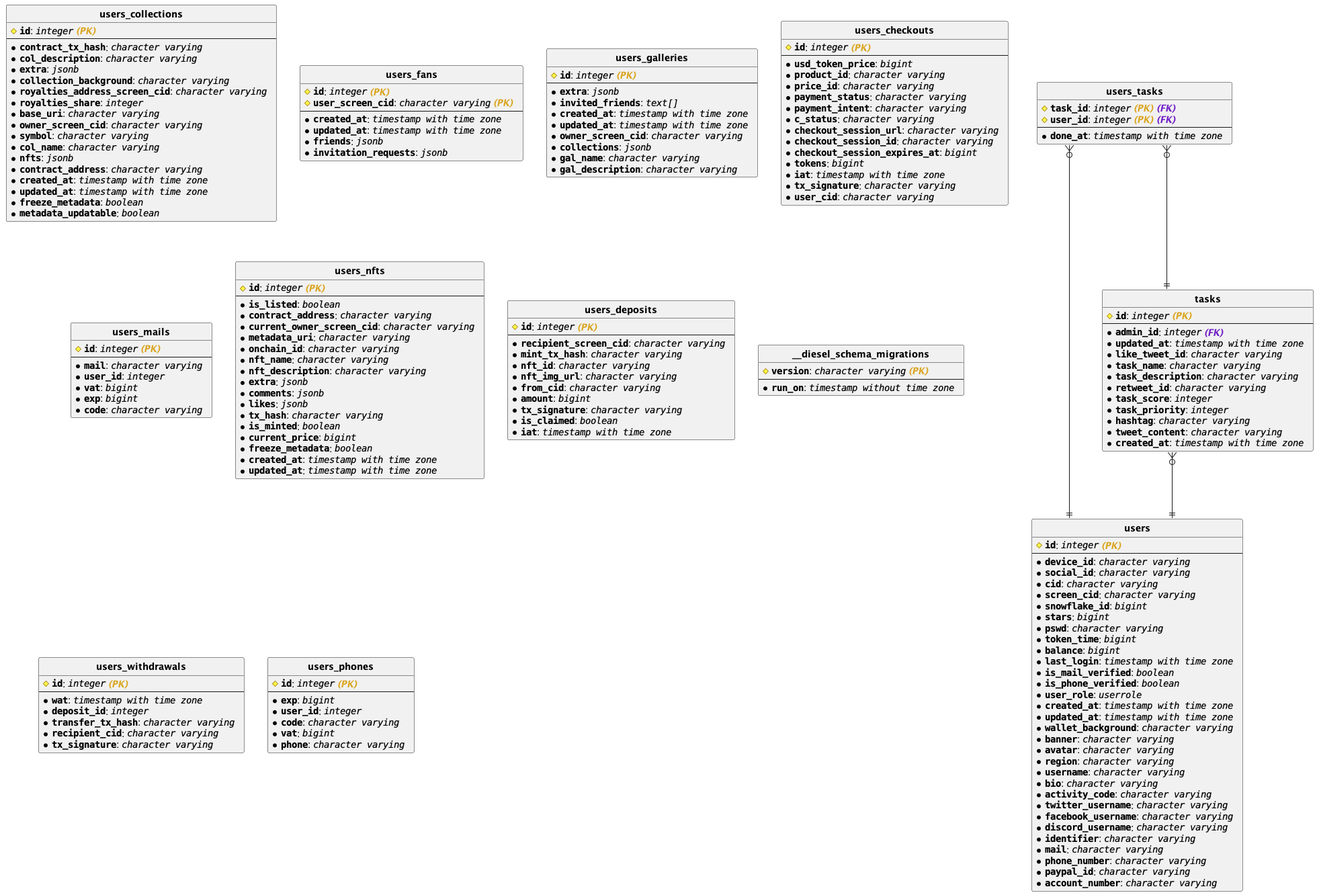
The PlantUML diagram infra/panel.png in wildonion/gem, before a commit.
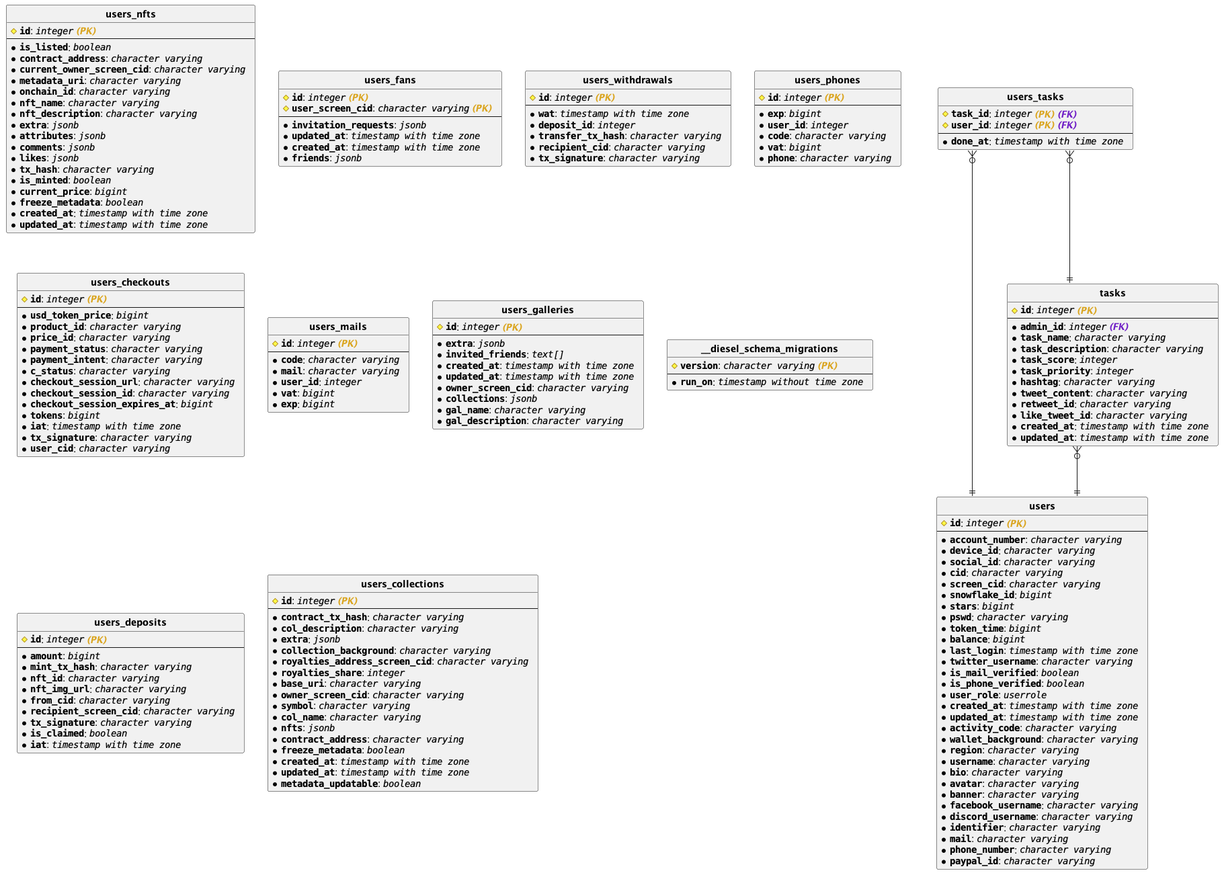
After the change.

Commit message:
export latest uml

Diff of the diagram source:
```diff
@@ -2,113 +2,6 @@
 
 hide circle
 skinparam linetype ortho
-
-entity "**users_collections**" {
-# <b>""id""</b>: //""integer"" <b><color:goldenrod>(PK) </color></b> //
----
-* <b>""contract_tx_hash""</b>: //""character varying""  //
-* <b>""col_description""</b>: //""character varying""  //
-* <b>""extra""</b>: //""jsonb""  //
-* <b>""collection_background""</b>: //""character varying""  //
-* <b>""royalties_address_screen_cid""</b>: //""character varying""  //
-* <b>""royalties_share""</b>: //""integer""  //
-* <b>""base_uri""</b>: //""character varying""  //
-* <b>""owner_screen_cid""</b>: //""character varying""  //
-* <b>""symbol""</b>: //""character varying""  //
-* <b>""col_name""</b>: //""character varying""  //
-* <b>""nfts""</b>: //""jsonb""  //
-* <b>""contract_address""</b>: //""character varying""  //
-* <b>""created_at""</b>: //""timestamp with time zone""  //
-* <b>""updated_at""</b>: //""timestamp with time zone""  //
-* <b>""freeze_metadata""</b>: //""boolean""  //
-* <b>""metadata_updatable""</b>: //""boolean""  //
-}
-
-entity "**users_fans**" {
-# <b>""id""</b>: //""integer"" <b><color:goldenrod>(PK) </color></b> //
-# <b>""user_screen_cid""</b>: //""character varying"" <b><color:goldenrod>(PK) </color></b> //
----
-* <b>""created_at""</b>: //""timestamp with time zone""  //
-* <b>""updated_at""</b>: //""timestamp with time zone""  //
-* <b>""friends""</b>: //""jsonb""  //
-* <b>""invitation_requests""</b>: //""jsonb""  //
-}
-
-entity "**users**" {
-# <b>""id""</b>: //""integer"" <b><color:goldenrod>(PK) </color></b> //
----
-* <b>""device_id""</b>: //""character varying""  //
-* <b>""social_id""</b>: //""character varying""  //
-* <b>""cid""</b>: //""character varying""  //
-* <b>""screen_cid""</b>: //""character varying""  //
-* <b>""snowflake_id""</b>: //""bigint""  //
-* <b>""stars""</b>: //""bigint""  //
-* <b>""pswd""</b>: //""character varying""  //
-* <b>""token_time""</b>: //""bigint""  //
-* <b>""balance""</b>: //""bigint""  //
-* <b>""last_login""</b>: //""timestamp with time zone""  //
-* <b>""is_mail_verified""</b>: //""boolean""  //
-* <b>""is_phone_verified""</b>: //""boolean""  //
-* <b>""user_role""</b>: //""userrole""  //
-* <b>""created_at""</b>: //""timestamp with time zone""  //
-* <b>""updated_at""</b>: //""timestamp with time zone""  //
-* <b>""wallet_background""</b>: //""character varying""  //
-* <b>""banner""</b>: //""character varying""  //
-* <b>""avatar""</b>: //""character varying""  //
-* <b>""region""</b>: //""character varying""  //
-* <b>""username""</b>: //""character varying""  //
-* <b>""bio""</b>: //""character varying""  //
-* <b>""activity_code""</b>: //""character varying""  //
-* <b>""twitter_username""</b>: //""character varying""  //
-* <b>""facebook_username""</b>: //""character varying""  //
-* <b>""discord_username""</b>: //""character varying""  //
-* <b>""identifier""</b>: //""character varying""  //
-* <b>""mail""</b>: //""character varying""  //
-* <b>""phone_number""</b>: //""character varying""  //
-* <b>""paypal_id""</b>: //""character varying""  //
-* <b>""account_number""</b>: //""character varying""  //
-}
-
-entity "**users_galleries**" {
-# <b>""id""</b>: //""integer"" <b><color:goldenrod>(PK) </color></b> //
----
-* <b>""extra""</b>: //""jsonb""  //
-* <b>""invited_friends""</b>: //""text[]""  //
-* <b>""created_at""</b>: //""timestamp with time zone""  //
-* <b>""updated_at""</b>: //""timestamp with time zone""  //
-* <b>""owner_screen_cid""</b>: //""character varying""  //
-* <b>""collections""</b>: //""jsonb""  //
-* <b>""gal_name""</b>: //""character varying""  //
-* <b>""gal_description""</b>: //""character varying""  //
-}
-
-entity "**users_checkouts**" {
-# <b>""id""</b>: //""integer"" <b><color:goldenrod>(PK) </color></b> //
----
-* <b>""usd_token_price""</b>: //""bigint""  //
-* <b>""product_id""</b>: //""character varying""  //
-* <b>""price_id""</b>: //""character varying""  //
-* <b>""payment_status""</b>: //""character varying""  //
-* <b>""payment_intent""</b>: //""character varying""  //
-* <b>""c_status""</b>: //""character varying""  //
-* <b>""checkout_session_url""</b>: //""character varying""  //
-* <b>""checkout_session_id""</b>: //""character varying""  //
-* <b>""checkout_session_expires_at""</b>: //""bigint""  //
-* <b>""tokens""</b>: //""bigint""  //
-* <b>""iat""</b>: //""timestamp with time zone""  //
-* <b>""tx_signature""</b>: //""character varying""  //
-* <b>""user_cid""</b>: //""character varying""  //
-}
-
-entity "**users_mails**" {
-# <b>""id""</b>: //""integer"" <b><color:goldenrod>(PK) </color></b> //
----
-* <b>""mail""</b>: //""character varying""  //
-* <b>""user_id""</b>: //""integer""  //
-* <b>""vat""</b>: //""bigint""  //
-* <b>""exp""</b>: //""bigint""  //
-* <b>""code""</b>: //""character varying""  //
-}
 
 entity "**users_nfts**" {
 # <b>""id""</b>: //""integer"" <b><color:goldenrod>(PK) </color></b> //
@@ -121,6 +14,7 @@
 * <b>""nft_name""</b>: //""character varying""  //
 * <b>""nft_description""</b>: //""character varying""  //
 * <b>""extra""</b>: //""jsonb""  //
+* <b>""attributes""</b>: //""jsonb""  //
 * <b>""comments""</b>: //""jsonb""  //
 * <b>""likes""</b>: //""jsonb""  //
 * <b>""tx_hash""</b>: //""character varying""  //
@@ -131,47 +25,14 @@
 * <b>""updated_at""</b>: //""timestamp with time zone""  //
 }
 
-entity "**users_tasks**" {
-# <b>""task_id""</b>: //""integer"" <b><color:goldenrod>(PK) </color></b><b><color:701fc6>(FK) </color></b> //
-# <b>""user_id""</b>: //""integer"" <b><color:goldenrod>(PK) </color></b><b><color:701fc6>(FK) </color></b> //
+entity "**users_fans**" {
+# <b>""id""</b>: //""integer"" <b><color:goldenrod>(PK) </color></b> //
+# <b>""user_screen_cid""</b>: //""character varying"" <b><color:goldenrod>(PK) </color></b> //
 ---
-* <b>""done_at""</b>: //""timestamp with time zone""  //
-}
-
-entity "**tasks**" {
-# <b>""id""</b>: //""integer"" <b><color:goldenrod>(PK) </color></b> //
----
-* <b>""admin_id""</b>: //""integer"" <b><color:701fc6>(FK) </color></b> //
+* <b>""invitation_requests""</b>: //""jsonb""  //
 * <b>""updated_at""</b>: //""timestamp with time zone""  //
-* <b>""like_tweet_id""</b>: //""character varying""  //
-* <b>""task_name""</b>: //""character varying""  //
-* <b>""task_description""</b>: //""character varying""  //
-* <b>""retweet_id""</b>: //""character varying""  //
-* <b>""task_score""</b>: //""integer""  //
-* <b>""task_priority""</b>: //""integer""  //
-* <b>""hashtag""</b>: //""character varying""  //
-* <b>""tweet_content""</b>: //""character varying""  //
 * <b>""created_at""</b>: //""timestamp with time zone""  //
-}
-
-entity "**users_deposits**" {
-# <b>""id""</b>: //""integer"" <b><color:goldenrod>(PK) </color></b> //
----
-* <b>""recipient_screen_cid""</b>: //""character varying""  //
-* <b>""mint_tx_hash""</b>: //""character varying""  //
-* <b>""nft_id""</b>: //""character varying""  //
-* <b>""nft_img_url""</b>: //""character varying""  //
-* <b>""from_cid""</b>: //""character varying""  //
-* <b>""amount""</b>: //""bigint""  //
-* <b>""tx_signature""</b>: //""character varying""  //
-* <b>""is_claimed""</b>: //""boolean""  //
-* <b>""iat""</b>: //""timestamp with time zone""  //
-}
-
-entity "**__diesel_schema_migrations**" {
-# <b>""version""</b>: //""character varying"" <b><color:goldenrod>(PK) </color></b> //
----
-* <b>""run_on""</b>: //""timestamp without time zone""  //
+* <b>""friends""</b>: //""jsonb""  //
 }
 
 entity "**users_withdrawals**" {
@@ -194,10 +55,150 @@
 * <b>""phone""</b>: //""character varying""  //
 }
 
+entity "**users_checkouts**" {
+# <b>""id""</b>: //""integer"" <b><color:goldenrod>(PK) </color></b> //
+---
+* <b>""usd_token_price""</b>: //""bigint""  //
+* <b>""product_id""</b>: //""character varying""  //
+* <b>""price_id""</b>: //""character varying""  //
+* <b>""payment_status""</b>: //""character varying""  //
+* <b>""payment_intent""</b>: //""character varying""  //
+* <b>""c_status""</b>: //""character varying""  //
+* <b>""checkout_session_url""</b>: //""character varying""  //
+* <b>""checkout_session_id""</b>: //""character varying""  //
+* <b>""checkout_session_expires_at""</b>: //""bigint""  //
+* <b>""tokens""</b>: //""bigint""  //
+* <b>""iat""</b>: //""timestamp with time zone""  //
+* <b>""tx_signature""</b>: //""character varying""  //
+* <b>""user_cid""</b>: //""character varying""  //
+}
+
+entity "**users_tasks**" {
+# <b>""task_id""</b>: //""integer"" <b><color:goldenrod>(PK) </color></b><b><color:701fc6>(FK) </color></b> //
+# <b>""user_id""</b>: //""integer"" <b><color:goldenrod>(PK) </color></b><b><color:701fc6>(FK) </color></b> //
+---
+* <b>""done_at""</b>: //""timestamp with time zone""  //
+}
+
+entity "**users**" {
+# <b>""id""</b>: //""integer"" <b><color:goldenrod>(PK) </color></b> //
+---
+* <b>""account_number""</b>: //""character varying""  //
+* <b>""device_id""</b>: //""character varying""  //
+* <b>""social_id""</b>: //""character varying""  //
+* <b>""cid""</b>: //""character varying""  //
+* <b>""screen_cid""</b>: //""character varying""  //
+* <b>""snowflake_id""</b>: //""bigint""  //
+* <b>""stars""</b>: //""bigint""  //
+* <b>""pswd""</b>: //""character varying""  //
+* <b>""token_time""</b>: //""bigint""  //
+* <b>""balance""</b>: //""bigint""  //
+* <b>""last_login""</b>: //""timestamp with time zone""  //
+* <b>""twitter_username""</b>: //""character varying""  //
+* <b>""is_mail_verified""</b>: //""boolean""  //
+* <b>""is_phone_verified""</b>: //""boolean""  //
+* <b>""user_role""</b>: //""userrole""  //
+* <b>""created_at""</b>: //""timestamp with time zone""  //
+* <b>""updated_at""</b>: //""timestamp with time zone""  //
+* <b>""activity_code""</b>: //""character varying""  //
+* <b>""wallet_background""</b>: //""character varying""  //
+* <b>""region""</b>: //""character varying""  //
+* <b>""username""</b>: //""character varying""  //
+* <b>""bio""</b>: //""character varying""  //
+* <b>""avatar""</b>: //""character varying""  //
+* <b>""banner""</b>: //""character varying""  //
+* <b>""facebook_username""</b>: //""character varying""  //
+* <b>""discord_username""</b>: //""character varying""  //
+* <b>""identifier""</b>: //""character varying""  //
+* <b>""mail""</b>: //""character varying""  //
+* <b>""phone_number""</b>: //""character varying""  //
+* <b>""paypal_id""</b>: //""character varying""  //
+}
+
+entity "**users_mails**" {
+# <b>""id""</b>: //""integer"" <b><color:goldenrod>(PK) </color></b> //
+---
+* <b>""code""</b>: //""character varying""  //
+* <b>""mail""</b>: //""character varying""  //
+* <b>""user_id""</b>: //""integer""  //
+* <b>""vat""</b>: //""bigint""  //
+* <b>""exp""</b>: //""bigint""  //
+}
+
+entity "**users_galleries**" {
+# <b>""id""</b>: //""integer"" <b><color:goldenrod>(PK) </color></b> //
+---
+* <b>""extra""</b>: //""jsonb""  //
+* <b>""invited_friends""</b>: //""text[]""  //
+* <b>""created_at""</b>: //""timestamp with time zone""  //
+* <b>""updated_at""</b>: //""timestamp with time zone""  //
+* <b>""owner_screen_cid""</b>: //""character varying""  //
+* <b>""collections""</b>: //""jsonb""  //
+* <b>""gal_name""</b>: //""character varying""  //
+* <b>""gal_description""</b>: //""character varying""  //
+}
+
+entity "**__diesel_schema_migrations**" {
+# <b>""version""</b>: //""character varying"" <b><color:goldenrod>(PK) </color></b> //
+---
+* <b>""run_on""</b>: //""timestamp without time zone""  //
+}
+
+entity "**users_deposits**" {
+# <b>""id""</b>: //""integer"" <b><color:goldenrod>(PK) </color></b> //
+---
+* <b>""amount""</b>: //""bigint""  //
+* <b>""mint_tx_hash""</b>: //""character varying""  //
+* <b>""nft_id""</b>: //""character varying""  //
+* <b>""nft_img_url""</b>: //""character varying""  //
+* <b>""from_cid""</b>: //""character varying""  //
+* <b>""recipient_screen_cid""</b>: //""character varying""  //
+* <b>""tx_signature""</b>: //""character varying""  //
+* <b>""is_claimed""</b>: //""boolean""  //
+* <b>""iat""</b>: //""timestamp with time zone""  //
+}
+
+entity "**users_collections**" {
+# <b>""id""</b>: //""integer"" <b><color:goldenrod>(PK) </color></b> //
+---
+* <b>""contract_tx_hash""</b>: //""character varying""  //
+* <b>""col_description""</b>: //""character varying""  //
+* <b>""extra""</b>: //""jsonb""  //
+* <b>""collection_background""</b>: //""character varying""  //
+* <b>""royalties_address_screen_cid""</b>: //""character varying""  //
+* <b>""royalties_share""</b>: //""integer""  //
+* <b>""base_uri""</b>: //""character varying""  //
+* <b>""owner_screen_cid""</b>: //""character varying""  //
+* <b>""symbol""</b>: //""character varying""  //
+* <b>""col_name""</b>: //""character varying""  //
+* <b>""nfts""</b>: //""jsonb""  //
+* <b>""contract_address""</b>: //""character varying""  //
+* <b>""freeze_metadata""</b>: //""boolean""  //
+* <b>""created_at""</b>: //""timestamp with time zone""  //
+* <b>""updated_at""</b>: //""timestamp with time zone""  //
+* <b>""metadata_updatable""</b>: //""boolean""  //
+}
+
+entity "**tasks**" {
+# <b>""id""</b>: //""integer"" <b><color:goldenrod>(PK) </color></b> //
+---
+* <b>""admin_id""</b>: //""integer"" <b><color:701fc6>(FK) </color></b> //
+* <b>""task_name""</b>: //""character varying""  //
+* <b>""task_description""</b>: //""character varying""  //
+* <b>""task_score""</b>: //""integer""  //
+* <b>""task_priority""</b>: //""integer""  //
+* <b>""hashtag""</b>: //""character varying""  //
+* <b>""tweet_content""</b>: //""character varying""  //
+* <b>""retweet_id""</b>: //""character varying""  //
+* <b>""like_tweet_id""</b>: //""character varying""  //
+* <b>""created_at""</b>: //""timestamp with time zone""  //
+* <b>""updated_at""</b>: //""timestamp with time zone""  //
+}
+
+
+"**users_tasks**" }o--|| "**tasks**"
 
 "**users_tasks**" }o--|| "**users**"
-
-"**users_tasks**" }o--|| "**tasks**"
 
 "**tasks**" }o--|| "**users**"
 
```
